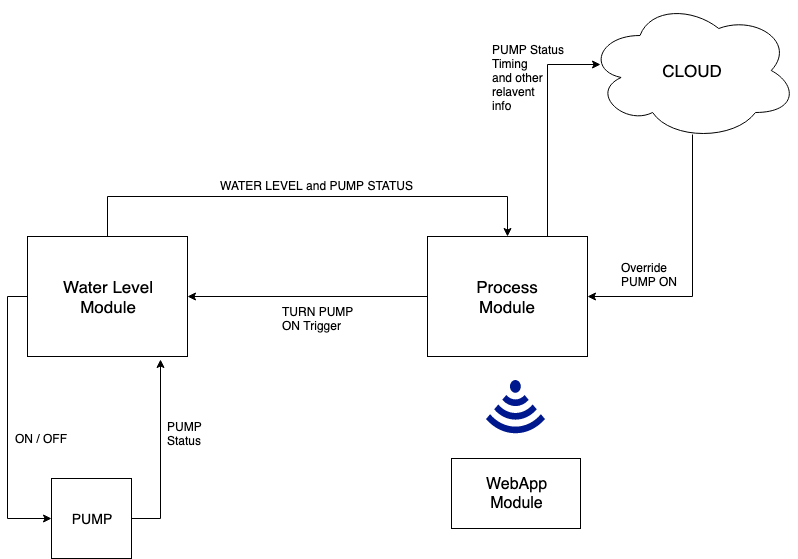
Before: Diagrams/main-block-diagram.png, a diagram exported from draw.io (sashuu69/iot-water-level-indicator). Source tidied: cells renumbered, new cells last; positions are measured from the earlier drawing's top-left corner, leaving out a move shared by most shapes. Its diagram source:
```xml
<mxGraphModel>
  <root>
    <mxCell id="0" />
    <mxCell id="1" parent="0" />
    <mxCell id="2" style="edgeStyle=orthogonalEdgeStyle;rounded=0;jettySize=auto;html=1;entryX=0.5;entryY=0;entryDx=0;entryDy=0;" parent="1" edge="1" source="4" target="7">
      <mxGeometry relative="1" as="geometry">
        <Array as="points">
          <mxPoint x="100" y="196" />
          <mxPoint x="500" y="196" />
        </Array>
      </mxGeometry>
    </mxCell>
    <mxCell id="3" style="edgeStyle=orthogonalEdgeStyle;rounded=0;jettySize=auto;html=1;entryX=0;entryY=0.5;entryDx=0;entryDy=0;" parent="1" edge="1" source="4" target="11">
      <mxGeometry relative="1" as="geometry">
        <Array as="points">
          <mxPoint y="296" />
          <mxPoint y="518" />
        </Array>
      </mxGeometry>
    </mxCell>
    <mxCell id="4" value="&lt;font style=&quot;font-size: 17px&quot;&gt;Water Level&lt;br&gt;Module&lt;br&gt;&lt;/font&gt;" style="rounded=0;whiteSpace=wrap;html=1;" parent="1" vertex="1">
      <mxGeometry x="20" y="236" width="160" height="120" as="geometry" />
    </mxCell>
    <mxCell id="5" style="edgeStyle=orthogonalEdgeStyle;rounded=0;jettySize=auto;html=1;entryX=1;entryY=0.5;entryDx=0;entryDy=0;" parent="1" edge="1" source="7" target="4">
      <mxGeometry relative="1" as="geometry" />
    </mxCell>
    <mxCell id="6" style="edgeStyle=orthogonalEdgeStyle;rounded=0;jettySize=auto;html=1;entryX=0.062;entryY=0.457;entryDx=0;entryDy=0;entryPerimeter=0;" parent="1" edge="1" source="7" target="9">
      <mxGeometry relative="1" as="geometry">
        <Array as="points">
          <mxPoint x="540" y="64" />
        </Array>
      </mxGeometry>
    </mxCell>
    <mxCell id="7" value="&lt;font style=&quot;font-size: 17px&quot;&gt;Process&lt;br&gt;Module&lt;/font&gt;" style="rounded=0;whiteSpace=wrap;html=1;" parent="1" vertex="1">
      <mxGeometry x="420" y="236" width="160" height="120" as="geometry" />
    </mxCell>
    <mxCell id="8" style="edgeStyle=orthogonalEdgeStyle;rounded=0;jettySize=auto;html=1;entryX=1;entryY=0.5;entryDx=0;entryDy=0;exitX=0.5;exitY=0.957;exitDx=0;exitDy=0;exitPerimeter=0;" parent="1" edge="1" source="9" target="7">
      <mxGeometry relative="1" as="geometry" />
    </mxCell>
    <mxCell id="9" value="&lt;font style=&quot;font-size: 17px&quot;&gt;CLOUD&lt;/font&gt;" style="ellipse;shape=cloud;whiteSpace=wrap;html=1;" parent="1" vertex="1">
      <mxGeometry x="580" width="210" height="140" as="geometry" />
    </mxCell>
    <mxCell id="10" style="edgeStyle=orthogonalEdgeStyle;rounded=0;jettySize=auto;html=1;entryX=0.831;entryY=1.025;entryDx=0;entryDy=0;entryPerimeter=0;" parent="1" edge="1" source="11" target="4">
      <mxGeometry relative="1" as="geometry">
        <Array as="points">
          <mxPoint x="153" y="518" />
        </Array>
      </mxGeometry>
    </mxCell>
    <mxCell id="11" value="&lt;font style=&quot;font-size: 14px&quot;&gt;PUMP&lt;/font&gt;" style="whiteSpace=wrap;html=1;" parent="1" vertex="1">
      <mxGeometry x="44" y="478" width="80" height="80" as="geometry" />
    </mxCell>
    <mxCell id="12" value="ON / OFF&lt;br&gt;" style="text;html=1;align=left;verticalAlign=top;spacingTop=-4;" parent="1" vertex="1">
      <mxGeometry x="6" y="429" width="70" height="20" as="geometry" />
    </mxCell>
    <mxCell id="13" value="PUMP&lt;br&gt;Status" style="text;html=1;align=left;verticalAlign=top;spacingTop=-4;" parent="1" vertex="1">
      <mxGeometry x="158" y="417" width="50" height="30" as="geometry" />
    </mxCell>
    <mxCell id="14" value="TURN PUMP&lt;br&gt;ON Trigger&lt;br&gt;" style="text;html=1;align=left;verticalAlign=top;spacingTop=-4;" parent="1" vertex="1">
      <mxGeometry x="273" y="302" width="90" height="30" as="geometry" />
    </mxCell>
    <mxCell id="15" value="WATER LEVEL and PUMP STATUS" style="text;html=1;align=left;verticalAlign=top;spacingTop=-4;" parent="1" vertex="1">
      <mxGeometry x="211" y="176" width="210" height="20" as="geometry" />
    </mxCell>
    <mxCell id="16" value="PUMP Status&lt;br&gt;Timing&lt;br&gt;and other&lt;br&gt;relavent&lt;br&gt;info" style="text;html=1;align=left;verticalAlign=top;spacingTop=-4;" parent="1" vertex="1">
      <mxGeometry x="483" y="40" width="90" height="70" as="geometry" />
    </mxCell>
    <mxCell id="17" value="Override&lt;br&gt;PUMP ON" style="text;html=1;align=left;verticalAlign=top;spacingTop=-4;" parent="1" vertex="1">
      <mxGeometry x="612" y="258" width="70" height="30" as="geometry" />
    </mxCell>
    <mxCell id="18" value="&lt;font style=&quot;font-size: 16px&quot;&gt;WebApp&lt;br&gt;Module&lt;/font&gt;" style="rounded=0;whiteSpace=wrap;html=1;" parent="1" vertex="1">
      <mxGeometry x="444" y="458" width="129" height="70" as="geometry" />
    </mxCell>
    <mxCell id="19" style="shadow=0;dashed=0;html=1;strokeColor=none;labelPosition=center;verticalLabelPosition=bottom;verticalAlign=top;align=center;shape=mxgraph.mscae.enterprise.wireless_connection;fillColor=#00188D;rotation=90;" parent="1" vertex="1">
      <mxGeometry x="479" y="379" width="58" height="59" as="geometry" />
    </mxCell>
  </root>
</mxGraphModel>
```
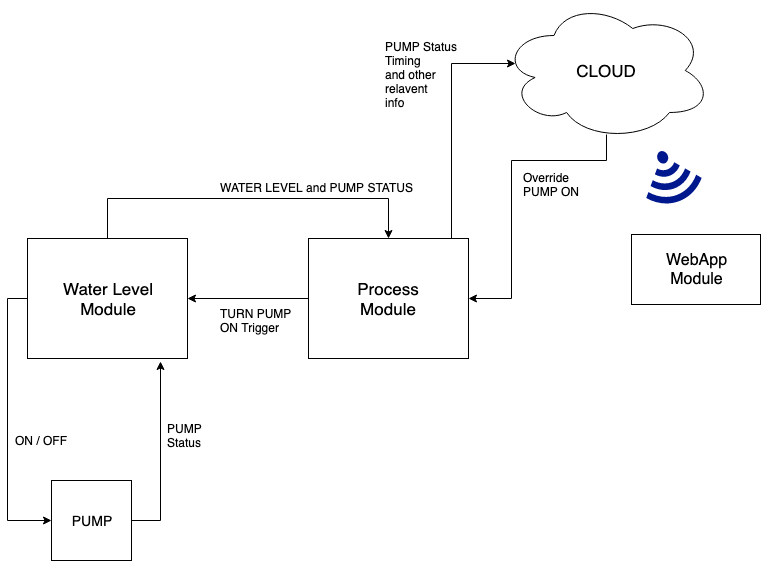
The same file after the commit.

Change to the diagram source:
```diff
@@ -6,7 +6,7 @@
       <mxGeometry relative="1" as="geometry">
         <Array as="points">
           <mxPoint x="100" y="196" />
-          <mxPoint x="500" y="196" />
+          <mxPoint x="381" y="196" />
         </Array>
       </mxGeometry>
     </mxCell>
@@ -24,21 +24,27 @@
     <mxCell id="5" style="edgeStyle=orthogonalEdgeStyle;rounded=0;jettySize=auto;html=1;entryX=1;entryY=0.5;entryDx=0;entryDy=0;" parent="1" edge="1" source="7" target="4">
       <mxGeometry relative="1" as="geometry" />
     </mxCell>
-    <mxCell id="6" style="edgeStyle=orthogonalEdgeStyle;rounded=0;jettySize=auto;html=1;entryX=0.062;entryY=0.457;entryDx=0;entryDy=0;entryPerimeter=0;" parent="1" edge="1" source="7" target="9">
+    <mxCell id="6" style="edgeStyle=orthogonalEdgeStyle;rounded=0;jettySize=auto;html=1;entryX=0.067;entryY=0.45;entryDx=0;entryDy=0;entryPerimeter=0;" parent="1" edge="1" source="7" target="9">
       <mxGeometry relative="1" as="geometry">
         <Array as="points">
-          <mxPoint x="540" y="64" />
+          <mxPoint x="444" y="61" />
         </Array>
       </mxGeometry>
     </mxCell>
     <mxCell id="7" value="&lt;font style=&quot;font-size: 17px&quot;&gt;Process&lt;br&gt;Module&lt;/font&gt;" style="rounded=0;whiteSpace=wrap;html=1;" parent="1" vertex="1">
-      <mxGeometry x="420" y="236" width="160" height="120" as="geometry" />
+      <mxGeometry x="301" y="236" width="160" height="120" as="geometry" />
     </mxCell>
     <mxCell id="8" style="edgeStyle=orthogonalEdgeStyle;rounded=0;jettySize=auto;html=1;entryX=1;entryY=0.5;entryDx=0;entryDy=0;exitX=0.5;exitY=0.957;exitDx=0;exitDy=0;exitPerimeter=0;" parent="1" edge="1" source="9" target="7">
-      <mxGeometry relative="1" as="geometry" />
+      <mxGeometry relative="1" as="geometry">
+        <Array as="points">
+          <mxPoint x="599" y="158" />
+          <mxPoint x="504" y="158" />
+          <mxPoint x="504" y="296" />
+        </Array>
+      </mxGeometry>
     </mxCell>
     <mxCell id="9" value="&lt;font style=&quot;font-size: 17px&quot;&gt;CLOUD&lt;/font&gt;" style="ellipse;shape=cloud;whiteSpace=wrap;html=1;" parent="1" vertex="1">
-      <mxGeometry x="580" width="210" height="140" as="geometry" />
+      <mxGeometry x="494" y="-2" width="210" height="140" as="geometry" />
     </mxCell>
     <mxCell id="10" style="edgeStyle=orthogonalEdgeStyle;rounded=0;jettySize=auto;html=1;entryX=0.831;entryY=1.025;entryDx=0;entryDy=0;entryPerimeter=0;" parent="1" edge="1" source="11" target="4">
       <mxGeometry relative="1" as="geometry">
@@ -57,22 +63,22 @@
       <mxGeometry x="158" y="417" width="50" height="30" as="geometry" />
     </mxCell>
     <mxCell id="14" value="TURN PUMP&lt;br&gt;ON Trigger&lt;br&gt;" style="text;html=1;align=left;verticalAlign=top;spacingTop=-4;" parent="1" vertex="1">
-      <mxGeometry x="273" y="302" width="90" height="30" as="geometry" />
+      <mxGeometry x="211" y="302" width="90" height="30" as="geometry" />
     </mxCell>
     <mxCell id="15" value="WATER LEVEL and PUMP STATUS" style="text;html=1;align=left;verticalAlign=top;spacingTop=-4;" parent="1" vertex="1">
       <mxGeometry x="211" y="176" width="210" height="20" as="geometry" />
     </mxCell>
     <mxCell id="16" value="PUMP Status&lt;br&gt;Timing&lt;br&gt;and other&lt;br&gt;relavent&lt;br&gt;info" style="text;html=1;align=left;verticalAlign=top;spacingTop=-4;" parent="1" vertex="1">
-      <mxGeometry x="483" y="40" width="90" height="70" as="geometry" />
+      <mxGeometry x="376" y="35" width="90" height="70" as="geometry" />
     </mxCell>
     <mxCell id="17" value="Override&lt;br&gt;PUMP ON" style="text;html=1;align=left;verticalAlign=top;spacingTop=-4;" parent="1" vertex="1">
-      <mxGeometry x="612" y="258" width="70" height="30" as="geometry" />
+      <mxGeometry x="514" y="166" width="70" height="30" as="geometry" />
     </mxCell>
     <mxCell id="18" value="&lt;font style=&quot;font-size: 16px&quot;&gt;WebApp&lt;br&gt;Module&lt;/font&gt;" style="rounded=0;whiteSpace=wrap;html=1;" parent="1" vertex="1">
-      <mxGeometry x="444" y="458" width="129" height="70" as="geometry" />
+      <mxGeometry x="624" y="232" width="129" height="70" as="geometry" />
     </mxCell>
-    <mxCell id="19" style="shadow=0;dashed=0;html=1;strokeColor=none;labelPosition=center;verticalLabelPosition=bottom;verticalAlign=top;align=center;shape=mxgraph.mscae.enterprise.wireless_connection;fillColor=#00188D;rotation=90;" parent="1" vertex="1">
-      <mxGeometry x="479" y="379" width="58" height="59" as="geometry" />
+    <mxCell id="19" style="shadow=0;dashed=0;html=1;strokeColor=none;labelPosition=center;verticalLabelPosition=bottom;verticalAlign=top;align=center;shape=mxgraph.mscae.enterprise.wireless_connection;fillColor=#00188D;rotation=70;" parent="1" vertex="1">
+      <mxGeometry x="634" y="146.5" width="58" height="59" as="geometry" />
     </mxCell>
   </root>
 </mxGraphModel>
```
